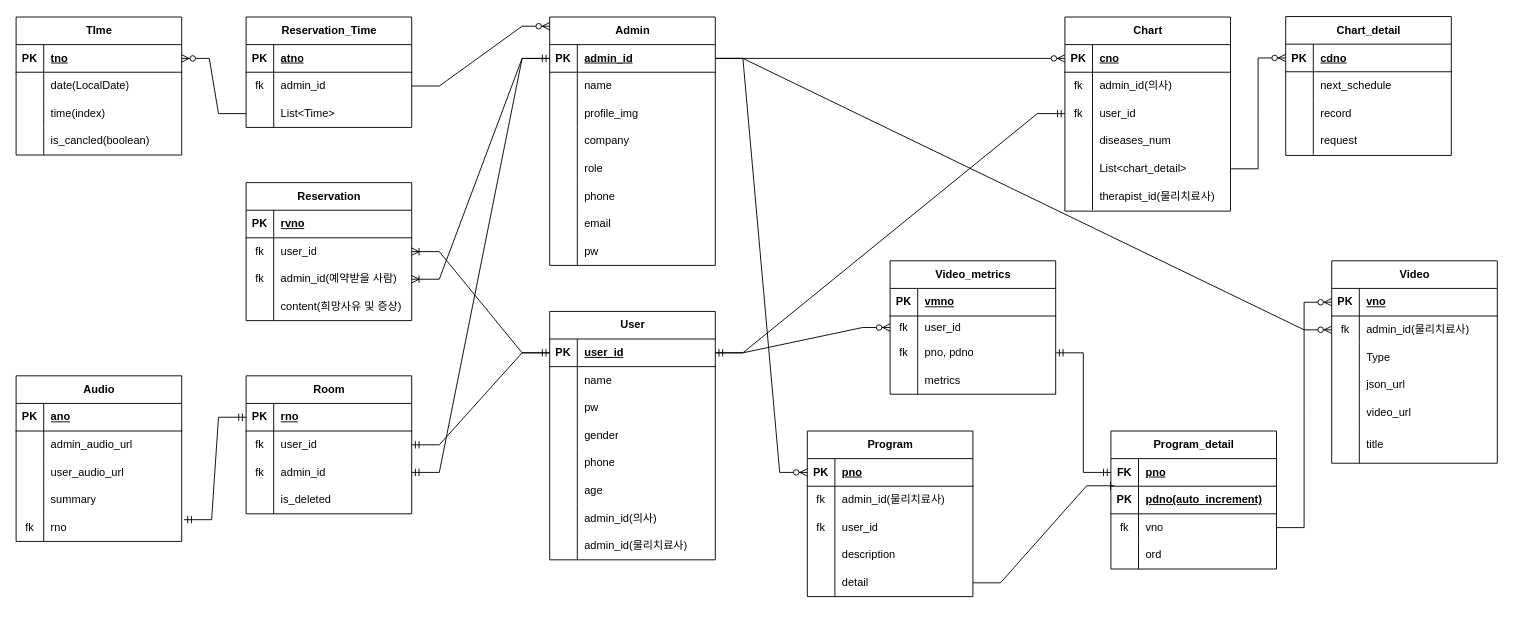
This is dbModeling.drawio from sync-without-async/Rehab-BackEnd, a draw.io file, before an edit. Source tidied: cells renumbered, new cells numbered last; positions are measured from the earlier drawing's top-left corner, leaving out a move shared by most shapes. Both pictures are drawn from the tidied source at 92%, with x=0, y=0 at pixel (16, -11).
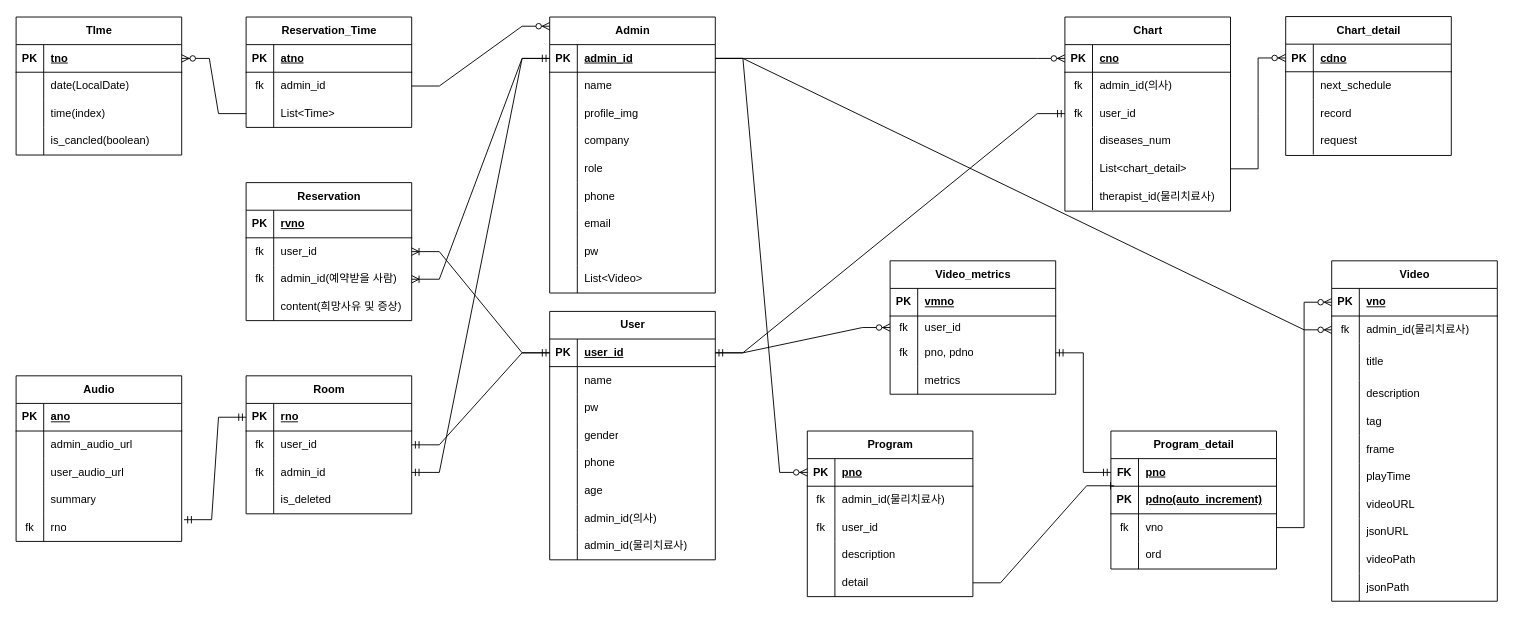
The same page after the edit.

Commit message:
refactor : Video entity에 column  추가

Change to the diagram source:
```diff
@@
     <mxCell id="2" value="Admin" style="shape=table;startSize=30;childLayout=tableLayout;rowLines=0;fontStyle=1;align=center;html=1;" parent="1" vertex="1">
-      <mxGeometry x="580" y="30" width="180" height="270" as="geometry" />
+      <mxGeometry x="580" y="30" width="180" height="300" as="geometry" />
     </mxCell>
@@
+    <mxCell id="226" style="shape=tableRow;horizontal=0;startSize=0;swimlaneHead=0;swimlaneBody=0;fillColor=none;top=0;left=0;right=0;bottom=0;" parent="2" vertex="1">
+      <mxGeometry y="270" width="180" height="30" as="geometry" />
+    </mxCell>
+    <mxCell id="227" style="shape=partialRectangle;fillColor=none;top=0;left=0;bottom=0;right=0;overflow=hidden;whiteSpace=wrap;html=1;" parent="226" vertex="1">
+      <mxGeometry width="30" height="30" as="geometry" />
+    </mxCell>
+    <mxCell id="228" value="List&amp;lt;Video&amp;gt;" style="shape=partialRectangle;fillColor=none;top=0;left=0;bottom=0;right=0;align=left;spacingLeft=6;overflow=hidden;whiteSpace=wrap;html=1;" parent="226" vertex="1">
+      <mxGeometry x="30" width="150" height="30" as="geometry" />
+    </mxCell>
@@
     <mxCell id="118" value="Video" style="shape=table;startSize=30;childLayout=tableLayout;rowLines=0;fontStyle=1;align=center;html=1;" parent="1" vertex="1">
-      <mxGeometry x="1430" y="295" width="180" height="220" as="geometry" />
+      <mxGeometry x="1430" y="295" width="180" height="370" as="geometry" />
     </mxCell>
@@
+    <mxCell id="134" style="shape=tableRow;horizontal=0;startSize=0;swimlaneHead=0;swimlaneBody=0;fillColor=none;top=0;left=0;right=0;bottom=0;" parent="118" vertex="1">
+      <mxGeometry y="90" width="180" height="40" as="geometry" />
+    </mxCell>
+    <mxCell id="135" style="shape=partialRectangle;fillColor=none;top=0;left=0;bottom=0;right=0;overflow=hidden;whiteSpace=wrap;html=1;" parent="134" vertex="1">
+      <mxGeometry width="30" height="40" as="geometry" />
+    </mxCell>
+    <mxCell id="136" value="title" style="shape=partialRectangle;fillColor=none;top=0;left=0;bottom=0;right=0;align=left;spacingLeft=6;overflow=hidden;whiteSpace=wrap;html=1;" parent="134" vertex="1">
+      <mxGeometry x="30" width="150" height="40" as="geometry" />
+    </mxCell>
+    <mxCell id="229" style="shape=tableRow;horizontal=0;startSize=0;swimlaneHead=0;swimlaneBody=0;fillColor=none;top=0;left=0;right=0;bottom=0;" parent="118" vertex="1">
+      <mxGeometry y="130" width="180" height="30" as="geometry" />
+    </mxCell>
+    <mxCell id="230" style="shape=partialRectangle;fillColor=none;top=0;left=0;bottom=0;right=0;overflow=hidden;whiteSpace=wrap;html=1;" parent="229" vertex="1">
+      <mxGeometry width="30" height="30" as="geometry" />
+    </mxCell>
+    <mxCell id="231" value="description" style="shape=partialRectangle;fillColor=none;top=0;left=0;bottom=0;right=0;align=left;spacingLeft=6;overflow=hidden;whiteSpace=wrap;html=1;" parent="229" vertex="1">
+      <mxGeometry x="30" width="150" height="30" as="geometry" />
+    </mxCell>
     <mxCell id="125" style="shape=tableRow;horizontal=0;startSize=0;swimlaneHead=0;swimlaneBody=0;fillColor=none;top=0;left=0;right=0;bottom=0;" parent="118" vertex="1">
-      <mxGeometry y="90" width="180" height="30" as="geometry" />
+      <mxGeometry y="160" width="180" height="30" as="geometry" />
     </mxCell>
@@
-    <mxCell id="127" value="Type" style="shape=partialRectangle;fillColor=none;top=0;left=0;bottom=0;right=0;align=left;spacingLeft=6;overflow=hidden;whiteSpace=wrap;html=1;" parent="125" vertex="1">
+    <mxCell id="127" value="tag" style="shape=partialRectangle;fillColor=none;top=0;left=0;bottom=0;right=0;align=left;spacingLeft=6;overflow=hidden;whiteSpace=wrap;html=1;" parent="125" vertex="1">
       <mxGeometry x="30" width="150" height="30" as="geometry" />
     </mxCell>
+    <mxCell id="232" style="shape=tableRow;horizontal=0;startSize=0;swimlaneHead=0;swimlaneBody=0;fillColor=none;top=0;left=0;right=0;bottom=0;" parent="118" vertex="1">
+      <mxGeometry y="190" width="180" height="30" as="geometry" />
+    </mxCell>
+    <mxCell id="233" style="shape=partialRectangle;fillColor=none;top=0;left=0;bottom=0;right=0;overflow=hidden;whiteSpace=wrap;html=1;" parent="232" vertex="1">
+      <mxGeometry width="30" height="30" as="geometry" />
+    </mxCell>
+    <mxCell id="234" value="frame" style="shape=partialRectangle;fillColor=none;top=0;left=0;bottom=0;right=0;align=left;spacingLeft=6;overflow=hidden;whiteSpace=wrap;html=1;" parent="232" vertex="1">
+      <mxGeometry x="30" width="150" height="30" as="geometry" />
+    </mxCell>
+    <mxCell id="235" style="shape=tableRow;horizontal=0;startSize=0;swimlaneHead=0;swimlaneBody=0;fillColor=none;top=0;left=0;right=0;bottom=0;" parent="118" vertex="1">
+      <mxGeometry y="220" width="180" height="30" as="geometry" />
+    </mxCell>
+    <mxCell id="236" style="shape=partialRectangle;fillColor=none;top=0;left=0;bottom=0;right=0;overflow=hidden;whiteSpace=wrap;html=1;" parent="235" vertex="1">
+      <mxGeometry width="30" height="30" as="geometry" />
+    </mxCell>
+    <mxCell id="237" value="playTime" style="shape=partialRectangle;fillColor=none;top=0;left=0;bottom=0;right=0;align=left;spacingLeft=6;overflow=hidden;whiteSpace=wrap;html=1;" parent="235" vertex="1">
+      <mxGeometry x="30" width="150" height="30" as="geometry" />
+    </mxCell>
+    <mxCell id="238" style="shape=tableRow;horizontal=0;startSize=0;swimlaneHead=0;swimlaneBody=0;fillColor=none;top=0;left=0;right=0;bottom=0;" parent="118" vertex="1">
+      <mxGeometry y="250" width="180" height="30" as="geometry" />
+    </mxCell>
+    <mxCell id="239" style="shape=partialRectangle;fillColor=none;top=0;left=0;bottom=0;right=0;overflow=hidden;whiteSpace=wrap;html=1;" parent="238" vertex="1">
+      <mxGeometry width="30" height="30" as="geometry" />
+    </mxCell>
+    <mxCell id="240" value="videoURL" style="shape=partialRectangle;fillColor=none;top=0;left=0;bottom=0;right=0;align=left;spacingLeft=6;overflow=hidden;whiteSpace=wrap;html=1;" parent="238" vertex="1">
+      <mxGeometry x="30" width="150" height="30" as="geometry" />
+    </mxCell>
+    <mxCell id="241" style="shape=tableRow;horizontal=0;startSize=0;swimlaneHead=0;swimlaneBody=0;fillColor=none;top=0;left=0;right=0;bottom=0;" parent="118" vertex="1">
+      <mxGeometry y="280" width="180" height="30" as="geometry" />
+    </mxCell>
+    <mxCell id="242" style="shape=partialRectangle;fillColor=none;top=0;left=0;bottom=0;right=0;overflow=hidden;whiteSpace=wrap;html=1;" parent="241" vertex="1">
+      <mxGeometry width="30" height="30" as="geometry" />
+    </mxCell>
+    <mxCell id="243" value="jsonURL" style="shape=partialRectangle;fillColor=none;top=0;left=0;bottom=0;right=0;align=left;spacingLeft=6;overflow=hidden;whiteSpace=wrap;html=1;" parent="241" vertex="1">
+      <mxGeometry x="30" width="150" height="30" as="geometry" />
+    </mxCell>
     <mxCell id="128" style="shape=tableRow;horizontal=0;startSize=0;swimlaneHead=0;swimlaneBody=0;fillColor=none;top=0;left=0;right=0;bottom=0;" parent="118" vertex="1">
-      <mxGeometry y="120" width="180" height="30" as="geometry" />
+      <mxGeometry y="310" width="180" height="30" as="geometry" />
     </mxCell>
@@
-    <mxCell id="130" value="json_url" style="shape=partialRectangle;fillColor=none;top=0;left=0;bottom=0;right=0;align=left;spacingLeft=6;overflow=hidden;whiteSpace=wrap;html=1;" parent="128" vertex="1">
+    <mxCell id="130" value="videoPath" style="shape=partialRectangle;fillColor=none;top=0;left=0;bottom=0;right=0;align=left;spacingLeft=6;overflow=hidden;whiteSpace=wrap;html=1;" parent="128" vertex="1">
       <mxGeometry x="30" width="150" height="30" as="geometry" />
     </mxCell>
     <mxCell id="131" style="shape=tableRow;horizontal=0;startSize=0;swimlaneHead=0;swimlaneBody=0;fillColor=none;top=0;left=0;right=0;bottom=0;" parent="118" vertex="1">
-      <mxGeometry y="150" width="180" height="30" as="geometry" />
+      <mxGeometry y="340" width="180" height="30" as="geometry" />
     </mxCell>
@@
-    <mxCell id="133" value="video_url" style="shape=partialRectangle;fillColor=none;top=0;left=0;bottom=0;right=0;align=left;spacingLeft=6;overflow=hidden;whiteSpace=wrap;html=1;" parent="131" vertex="1">
+    <mxCell id="133" value="jsonPath" style="shape=partialRectangle;fillColor=none;top=0;left=0;bottom=0;right=0;align=left;spacingLeft=6;overflow=hidden;whiteSpace=wrap;html=1;" parent="131" vertex="1">
       <mxGeometry x="30" width="150" height="30" as="geometry" />
     </mxCell>
-    <mxCell id="134" style="shape=tableRow;horizontal=0;startSize=0;swimlaneHead=0;swimlaneBody=0;fillColor=none;top=0;left=0;right=0;bottom=0;" parent="118" vertex="1">
-      <mxGeometry y="180" width="180" height="40" as="geometry" />
-    </mxCell>
-    <mxCell id="135" style="shape=partialRectangle;fillColor=none;top=0;left=0;bottom=0;right=0;overflow=hidden;whiteSpace=wrap;html=1;" parent="134" vertex="1">
-      <mxGeometry width="30" height="40" as="geometry" />
-    </mxCell>
-    <mxCell id="136" value="title" style="shape=partialRectangle;fillColor=none;top=0;left=0;bottom=0;right=0;align=left;spacingLeft=6;overflow=hidden;whiteSpace=wrap;html=1;" parent="134" vertex="1">
-      <mxGeometry x="30" width="150" height="40" as="geometry" />
-    </mxCell>
```
